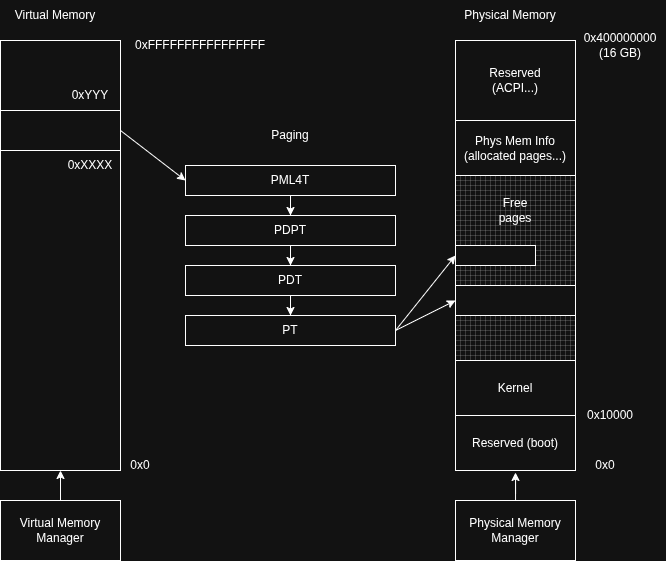
This is docs/virtual-memory-diagram.png from San7o/povOS, a draw.io export, as it was before one commit. Source tidied: cells renumbered, new cells last; positions are measured from the earlier drawing's top-left corner, leaving out a move shared by most shapes.
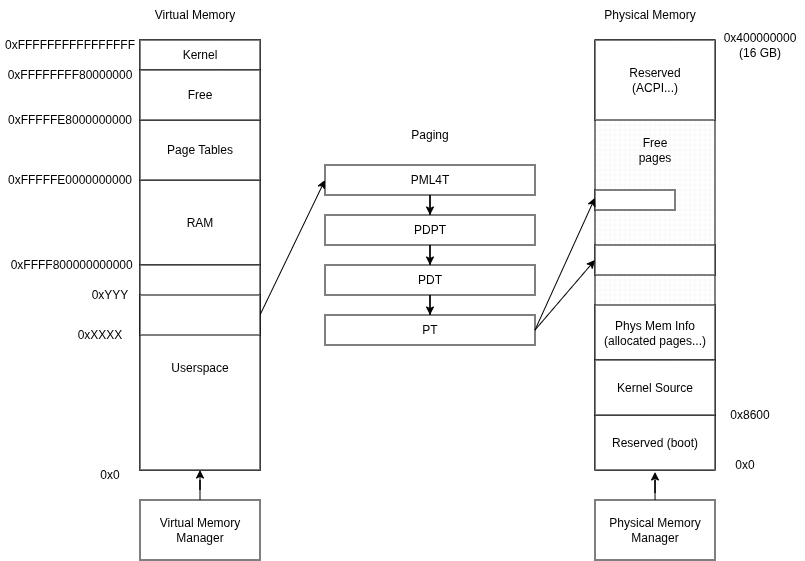
After the commit.

Commit message:
mm: documented virtual memory layout

Diff of the diagram source:
```diff
@@ -12,10 +12,10 @@
       <mxGeometry x="455" width="110" height="30" as="geometry" />
     </mxCell>
     <mxCell id="5" value="0x0" style="text;html=1;whiteSpace=wrap;strokeColor=none;fillColor=none;align=center;verticalAlign=middle;rounded=0;" parent="1" vertex="1">
-      <mxGeometry x="110" y="450" width="60" height="30" as="geometry" />
+      <mxGeometry x="-60" y="460" width="60" height="30" as="geometry" />
     </mxCell>
     <mxCell id="6" value="0xFFFFFFFFFFFFFFFF" style="text;html=1;whiteSpace=wrap;strokeColor=none;fillColor=none;align=center;verticalAlign=middle;rounded=0;" parent="1" vertex="1">
-      <mxGeometry x="130" y="30" width="140" height="30" as="geometry" />
+      <mxGeometry x="-140" y="30" width="140" height="30" as="geometry" />
     </mxCell>
     <mxCell id="7" value="0x0" style="text;html=1;whiteSpace=wrap;strokeColor=none;fillColor=none;align=center;verticalAlign=middle;rounded=0;" parent="1" vertex="1">
       <mxGeometry x="575" y="450" width="60" height="30" as="geometry" />
@@ -27,19 +27,16 @@
       <mxGeometry x="455" y="40" width="120" height="430" as="geometry" />
     </mxCell>
     <mxCell id="10" value="Free pages" style="text;html=1;whiteSpace=wrap;strokeColor=none;fillColor=none;align=center;verticalAlign=middle;rounded=0;" parent="1" vertex="1">
-      <mxGeometry x="485" y="195" width="60" height="30" as="geometry" />
+      <mxGeometry x="485" y="135" width="60" height="30" as="geometry" />
     </mxCell>
-    <mxCell id="11" style="rounded=0;whiteSpace=wrap;html=1;" parent="1" vertex="1">
-      <mxGeometry y="110" width="120" height="40" as="geometry" />
-    </mxCell>
     <mxCell id="12" style="endArrow=classic;html=1;rounded=0;exitX=1;exitY=0.5;exitDx=0;exitDy=0;entryX=0;entryY=0.5;entryDx=0;entryDy=0;" parent="1" edge="1" source="11" target="16">
       <mxGeometry relative="1" as="geometry" />
     </mxCell>
     <mxCell id="13" value="0xXXXX" style="text;html=1;whiteSpace=wrap;strokeColor=none;fillColor=none;align=center;verticalAlign=middle;rounded=0;" parent="1" vertex="1">
-      <mxGeometry x="60" y="150" width="60" height="30" as="geometry" />
+      <mxGeometry x="-70" y="320" width="60" height="30" as="geometry" />
     </mxCell>
     <mxCell id="14" value="0xYYY" style="text;html=1;whiteSpace=wrap;strokeColor=none;fillColor=none;align=center;verticalAlign=middle;rounded=0;" parent="1" vertex="1">
-      <mxGeometry x="60" y="80" width="60" height="30" as="geometry" />
+      <mxGeometry x="-60" y="280" width="60" height="30" as="geometry" />
     </mxCell>
     <mxCell id="15" style="edgeStyle=orthogonalEdgeStyle;rounded=0;jettySize=auto;html=1;entryX=0.5;entryY=0;entryDx=0;entryDy=0;" parent="1" edge="1" source="16" target="18">
       <mxGeometry relative="1" as="geometry" />
@@ -63,16 +60,16 @@
       <mxGeometry x="185" y="315" width="210" height="30" as="geometry" />
     </mxCell>
     <mxCell id="22" style="rounded=0;whiteSpace=wrap;html=1;" parent="1" vertex="1">
-      <mxGeometry x="455" y="245" width="80" height="20" as="geometry" />
+      <mxGeometry x="455" y="190" width="80" height="20" as="geometry" />
     </mxCell>
-    <mxCell id="23" style="endArrow=classic;html=1;rounded=0;exitX=1;exitY=0.5;exitDx=0;exitDy=0;entryX=0;entryY=0.5;entryDx=0;entryDy=0;entryPerimeter=0;" parent="1" edge="1" source="21" target="9">
+    <mxCell id="23" style="endArrow=classic;html=1;rounded=0;exitX=1;exitY=0.5;exitDx=0;exitDy=0;entryX=0;entryY=0.367;entryDx=0;entryDy=0;entryPerimeter=0;" parent="1" edge="1" source="21" target="9">
       <mxGeometry relative="1" as="geometry" />
     </mxCell>
     <mxCell id="24" value="Paging" style="text;html=1;whiteSpace=wrap;strokeColor=none;fillColor=none;align=center;verticalAlign=middle;rounded=0;" parent="1" vertex="1">
       <mxGeometry x="260" y="120" width="60" height="30" as="geometry" />
     </mxCell>
     <mxCell id="25" style="rounded=0;whiteSpace=wrap;html=1;" parent="1" vertex="1">
-      <mxGeometry x="455" y="285" width="120" height="30" as="geometry" />
+      <mxGeometry x="455" y="245" width="120" height="30" as="geometry" />
     </mxCell>
     <mxCell id="26" style="endArrow=classic;html=1;rounded=0;entryX=0;entryY=0.5;entryDx=0;entryDy=0;" parent="1" edge="1" target="25">
       <mxGeometry relative="1" as="geometry">
@@ -94,19 +91,49 @@
       </mxGeometry>
     </mxCell>
     <mxCell id="31" value="Phys Mem Info (allocated pages...)" style="rounded=0;whiteSpace=wrap;html=1;" parent="1" vertex="1">
-      <mxGeometry x="455" y="120" width="120" height="55" as="geometry" />
+      <mxGeometry x="455" y="305" width="120" height="55" as="geometry" />
     </mxCell>
     <mxCell id="32" value="Reserved (boot)" style="rounded=0;whiteSpace=wrap;html=1;" parent="1" vertex="1">
       <mxGeometry x="455" y="415" width="120" height="55" as="geometry" />
     </mxCell>
-    <mxCell id="33" value="Kernel" style="rounded=0;whiteSpace=wrap;html=1;" parent="1" vertex="1">
+    <mxCell id="33" value="Kernel Source" style="rounded=0;whiteSpace=wrap;html=1;" parent="1" vertex="1">
       <mxGeometry x="455" y="360" width="120" height="55" as="geometry" />
     </mxCell>
-    <mxCell id="34" value="0x10000" style="text;html=1;whiteSpace=wrap;strokeColor=none;fillColor=none;align=center;verticalAlign=middle;rounded=0;" parent="1" vertex="1">
+    <mxCell id="34" value="0x8600" style="text;html=1;whiteSpace=wrap;strokeColor=none;fillColor=none;align=center;verticalAlign=middle;rounded=0;" parent="1" vertex="1">
       <mxGeometry x="580" y="400" width="60" height="30" as="geometry" />
     </mxCell>
     <mxCell id="35" value="Reserved&lt;div&gt;(ACPI...)&lt;/div&gt;" style="rounded=0;whiteSpace=wrap;html=1;" parent="1" vertex="1">
       <mxGeometry x="455" y="40" width="120" height="80" as="geometry" />
     </mxCell>
+    <mxCell id="36" value="RAM" style="rounded=0;whiteSpace=wrap;html=1;" parent="1" vertex="1">
+      <mxGeometry y="180" width="120" height="85" as="geometry" />
+    </mxCell>
+    <mxCell id="37" value="Userspace" style="rounded=0;whiteSpace=wrap;html=1;" parent="1" vertex="1">
+      <mxGeometry y="265" width="120" height="205" as="geometry" />
+    </mxCell>
+    <mxCell id="38" value="Page Tables" style="rounded=0;whiteSpace=wrap;html=1;" parent="1" vertex="1">
+      <mxGeometry y="120" width="120" height="60" as="geometry" />
+    </mxCell>
+    <mxCell id="39" value="Kernel" style="rounded=0;whiteSpace=wrap;html=1;" parent="1" vertex="1">
+      <mxGeometry y="40" width="120" height="30" as="geometry" />
+    </mxCell>
+    <mxCell id="11" style="rounded=0;whiteSpace=wrap;html=1;" parent="1" vertex="1">
+      <mxGeometry y="295" width="120" height="40" as="geometry" />
+    </mxCell>
+    <mxCell id="40" value="&amp;nbsp;0xFFFF800000000000" style="text;html=1;whiteSpace=wrap;strokeColor=none;fillColor=none;align=center;verticalAlign=middle;rounded=0;" parent="1" vertex="1">
+      <mxGeometry x="-130" y="250" width="120" height="30" as="geometry" />
+    </mxCell>
+    <mxCell id="41" value="0xFFFFFE0000000000" style="text;html=1;whiteSpace=wrap;strokeColor=none;fillColor=none;align=center;verticalAlign=middle;rounded=0;" parent="1" vertex="1">
+      <mxGeometry x="-130" y="165" width="120" height="30" as="geometry" />
+    </mxCell>
+    <mxCell id="42" value="0xFFFFFE8000000000" style="text;html=1;whiteSpace=wrap;strokeColor=none;fillColor=none;align=center;verticalAlign=middle;rounded=0;" parent="1" vertex="1">
+      <mxGeometry x="-130" y="105" width="120" height="30" as="geometry" />
+    </mxCell>
+    <mxCell id="43" value="Free" style="rounded=0;whiteSpace=wrap;html=1;" parent="1" vertex="1">
+      <mxGeometry y="70" width="120" height="50" as="geometry" />
+    </mxCell>
+    <mxCell id="44" value="0xFFFFFFFF80000000" style="text;html=1;whiteSpace=wrap;strokeColor=none;fillColor=none;align=center;verticalAlign=middle;rounded=0;" parent="1" vertex="1">
+      <mxGeometry x="-130" y="60" width="120" height="30" as="geometry" />
+    </mxCell>
   </root>
 </mxGraphModel>
```
